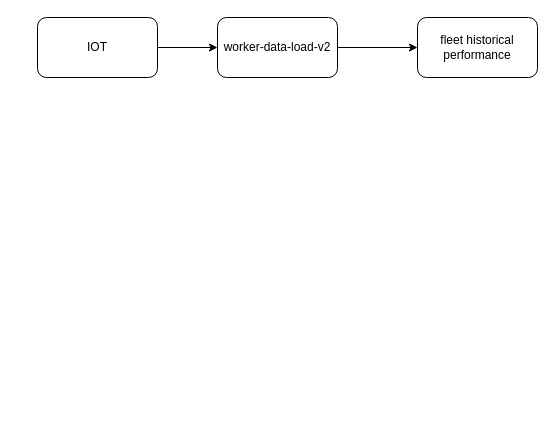
AgieAja/diagram keeps this draw.io diagram as backend-night-owl.drawio. Above is the earlier version. Source tidied: cells renumbered, new cells numbered last; positions are measured from the earlier drawing's top-left corner, leaving out a move shared by most shapes. Both pictures are drawn from the tidied source at 100%, with x=0, y=0 at pixel (37, 17).
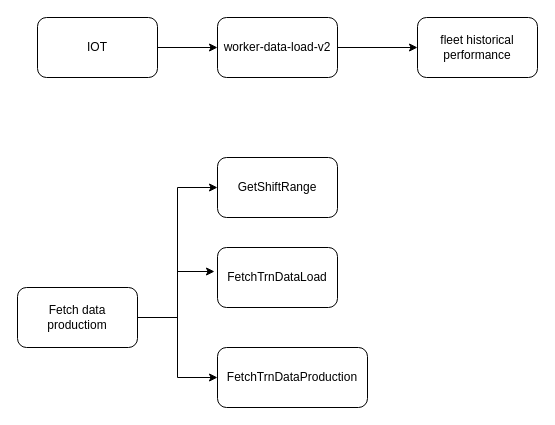
After the change.

What changed in the source:
```diff
@@
 <mxGraphModel>
   <root>
     <mxCell id="0" />
     <mxCell id="1" parent="0" />
     <mxCell id="2" style="edgeStyle=orthogonalEdgeStyle;rounded=0;jettySize=auto;html=1;" parent="1" edge="1" source="3" target="5">
       <mxGeometry relative="1" as="geometry" />
     </mxCell>
     <mxCell id="3" value="IOT" style="rounded=1;whiteSpace=wrap;html=1;" parent="1" vertex="1">
       <mxGeometry width="120" height="60" as="geometry" />
     </mxCell>
     <mxCell id="4" style="edgeStyle=orthogonalEdgeStyle;rounded=0;jettySize=auto;html=1;" parent="1" edge="1" source="5" target="6">
       <mxGeometry relative="1" as="geometry" />
     </mxCell>
     <mxCell id="5" value="worker-data-load-v2" style="whiteSpace=wrap;html=1;rounded=1;" parent="1" vertex="1">
       <mxGeometry x="180" width="120" height="60" as="geometry" />
     </mxCell>
     <mxCell id="6" value="fleet historical performance" style="whiteSpace=wrap;html=1;rounded=1;" parent="1" vertex="1">
       <mxGeometry x="380" width="120" height="60" as="geometry" />
     </mxCell>
+    <mxCell id="7" style="edgeStyle=orthogonalEdgeStyle;rounded=0;jettySize=auto;html=1;entryX=0;entryY=0.5;entryDx=0;entryDy=0;" parent="1" edge="1" source="9" target="11">
+      <mxGeometry relative="1" as="geometry" />
+    </mxCell>
+    <mxCell id="8" style="edgeStyle=orthogonalEdgeStyle;rounded=0;jettySize=auto;html=1;entryX=0;entryY=0.5;entryDx=0;entryDy=0;exitX=1;exitY=0.5;exitDx=0;exitDy=0;" parent="1" edge="1" source="9" target="12">
+      <mxGeometry relative="1" as="geometry" />
+    </mxCell>
+    <mxCell id="9" value="Fetch data productiom" style="rounded=1;whiteSpace=wrap;html=1;" parent="1" vertex="1">
+      <mxGeometry x="-20" y="270" width="120" height="60" as="geometry" />
+    </mxCell>
+    <mxCell id="10" value="FetchTrnDataLoad" style="rounded=1;whiteSpace=wrap;html=1;" parent="1" vertex="1">
+      <mxGeometry x="180" y="230" width="120" height="60" as="geometry" />
+    </mxCell>
+    <mxCell id="11" value="FetchTrnDataProduction" style="rounded=1;whiteSpace=wrap;html=1;" parent="1" vertex="1">
+      <mxGeometry x="180" y="330" width="150" height="60" as="geometry" />
+    </mxCell>
+    <mxCell id="12" value="GetShiftRange" style="rounded=1;whiteSpace=wrap;html=1;" parent="1" vertex="1">
+      <mxGeometry x="180" y="140" width="120" height="60" as="geometry" />
+    </mxCell>
+    <mxCell id="13" style="edgeStyle=orthogonalEdgeStyle;rounded=0;jettySize=auto;html=1;entryX=-0.025;entryY=0.4;entryDx=0;entryDy=0;entryPerimeter=0;" parent="1" edge="1" source="9" target="10">
+      <mxGeometry relative="1" as="geometry" />
+    </mxCell>
   </root>
 </mxGraphModel>
```
